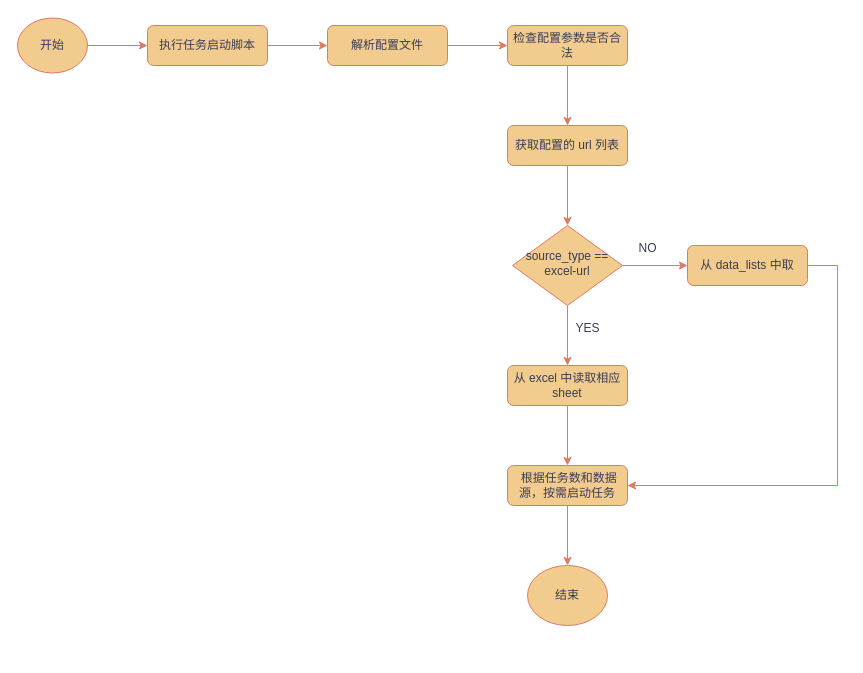
The draw.io diagram multi-task.drawio in silan-liu/drawio, before the edit. Source tidied: cells renumbered, new cells numbered last; positions are measured from the earlier drawing's top-left corner, leaving out a move shared by most shapes. Both pictures are drawn from the tidied source at 100%, with x=0, y=0 at pixel (17, 17).
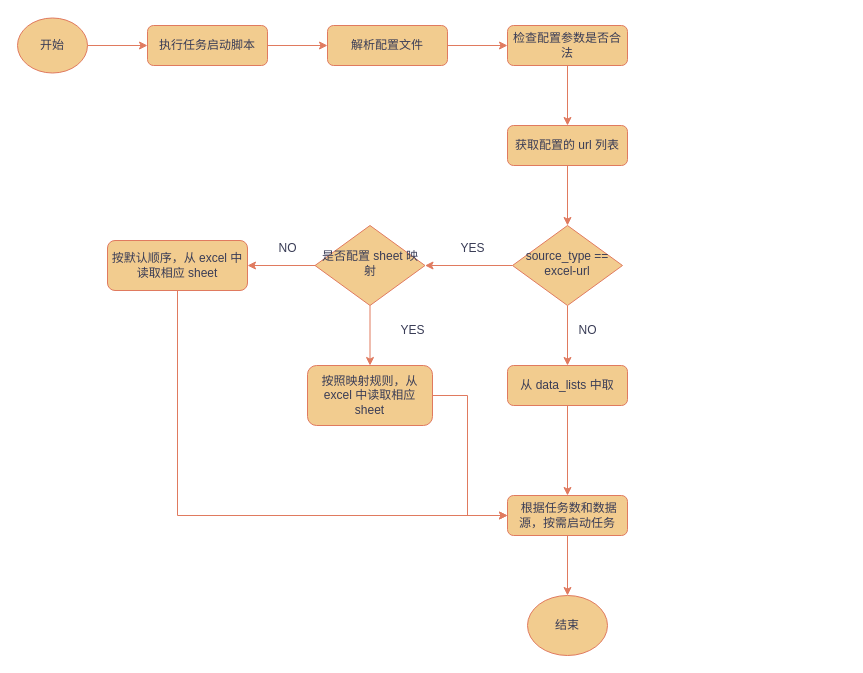
The same diagram, later.

The change refers to these unchanged cells:
```xml
<mxCell id="3" value="执行任务启动脚本" style="rounded=1;whiteSpace=wrap;html=1;fontSize=12;glass=0;strokeWidth=1;shadow=0;labelBackgroundColor=none;fillColor=#F2CC8F;strokeColor=#E07A5F;fontColor=#393C56;" parent="1" vertex="1">
  <mxGeometry x="130" y="8" width="120" height="40" as="geometry" />
</mxCell>
<mxCell id="5" value="解析配置文件" style="rounded=1;whiteSpace=wrap;html=1;fontSize=12;glass=0;strokeWidth=1;shadow=0;labelBackgroundColor=none;fillColor=#F2CC8F;strokeColor=#E07A5F;fontColor=#393C56;" parent="1" vertex="1">
  <mxGeometry x="310" y="8" width="120" height="40" as="geometry" />
</mxCell>
<mxCell id="7" value="检查配置参数是否合法" style="rounded=1;whiteSpace=wrap;html=1;fontSize=12;glass=0;strokeWidth=1;shadow=0;labelBackgroundColor=none;fillColor=#F2CC8F;strokeColor=#E07A5F;fontColor=#393C56;" parent="1" vertex="1">
  <mxGeometry x="490" y="8" width="120" height="40" as="geometry" />
</mxCell>
<mxCell id="9" value="获取配置的 url 列表" style="rounded=1;whiteSpace=wrap;html=1;fontSize=12;glass=0;strokeWidth=1;shadow=0;labelBackgroundColor=none;fillColor=#F2CC8F;strokeColor=#E07A5F;fontColor=#393C56;" parent="1" vertex="1">
  <mxGeometry x="490" y="108" width="120" height="40" as="geometry" />
</mxCell>
<mxCell id="12" value="source_type == excel-url" style="rhombus;whiteSpace=wrap;html=1;shadow=0;fontFamily=Helvetica;fontSize=12;align=center;strokeWidth=1;spacing=6;spacingTop=-4;labelBackgroundColor=none;fillColor=#F2CC8F;strokeColor=#E07A5F;fontColor=#393C56;" parent="1" vertex="1">
  <mxGeometry x="495" y="208" width="110" height="80" as="geometry" />
</mxCell>
```

Diff of the diagram source:
```diff
@@
-    <mxCell id="2" style="edgeStyle=orthogonalEdgeStyle;rounded=0;jettySize=auto;html=1;strokeColor=#E07A5F;fontColor=#393C56;fillColor=#F2CC8F;" parent="1" edge="1" source="3" target="5">
+    <mxCell id="2" style="edgeStyle=orthogonalEdgeStyle;rounded=0;jettySize=auto;html=1;strokeColor=#E07A5F;fontColor=default;fillColor=#F2CC8F;labelBackgroundColor=none;" parent="1" edge="1" source="3" target="5">
       <mxGeometry relative="1" as="geometry" />
     </mxCell>
@@
-    <mxCell id="4" style="edgeStyle=orthogonalEdgeStyle;rounded=0;jettySize=auto;html=1;strokeColor=#E07A5F;fontColor=#393C56;fillColor=#F2CC8F;" parent="1" edge="1" source="5" target="7">
+    <mxCell id="4" style="edgeStyle=orthogonalEdgeStyle;rounded=0;jettySize=auto;html=1;strokeColor=#E07A5F;fontColor=default;fillColor=#F2CC8F;labelBackgroundColor=none;" parent="1" edge="1" source="5" target="7">
       <mxGeometry relative="1" as="geometry" />
     </mxCell>
@@
-    <mxCell id="6" style="edgeStyle=orthogonalEdgeStyle;rounded=0;jettySize=auto;html=1;strokeColor=#E07A5F;fontColor=#393C56;fillColor=#F2CC8F;" parent="1" edge="1" source="7" target="9">
+    <mxCell id="6" style="edgeStyle=orthogonalEdgeStyle;rounded=0;jettySize=auto;html=1;strokeColor=#E07A5F;fontColor=default;fillColor=#F2CC8F;labelBackgroundColor=none;" parent="1" edge="1" source="7" target="9">
       <mxGeometry relative="1" as="geometry" />
     </mxCell>
@@
-    <mxCell id="8" style="edgeStyle=orthogonalEdgeStyle;rounded=0;jettySize=auto;html=1;strokeColor=#E07A5F;fontColor=#393C56;fillColor=#F2CC8F;" parent="1" edge="1" source="9" target="12">
+    <mxCell id="8" style="edgeStyle=orthogonalEdgeStyle;rounded=0;jettySize=auto;html=1;strokeColor=#E07A5F;fontColor=default;fillColor=#F2CC8F;labelBackgroundColor=none;" parent="1" edge="1" source="9" target="12">
       <mxGeometry relative="1" as="geometry" />
     </mxCell>
@@
-    <mxCell id="10" style="edgeStyle=orthogonalEdgeStyle;rounded=0;jettySize=auto;html=1;strokeColor=#E07A5F;fontColor=#393C56;fillColor=#F2CC8F;" parent="1" edge="1" source="12" target="14">
-      <mxGeometry relative="1" as="geometry" />
-    </mxCell>
+    <mxCell id="24" style="edgeStyle=orthogonalEdgeStyle;rounded=0;jettySize=auto;html=1;strokeColor=#E07A5F;fontColor=#393C56;fillColor=#F2CC8F;" parent="1" edge="1" source="12" target="27">
+      <mxGeometry relative="1" as="geometry" />
+    </mxCell>
@@
-    <mxCell id="13" style="edgeStyle=orthogonalEdgeStyle;rounded=0;jettySize=auto;html=1;strokeColor=#E07A5F;fontColor=#393C56;fillColor=#F2CC8F;" parent="1" edge="1" source="14" target="20">
-      <mxGeometry relative="1" as="geometry" />
-    </mxCell>
-    <mxCell id="14" value="从 excel 中读取相应 sheet" style="rounded=1;whiteSpace=wrap;html=1;fontSize=12;glass=0;strokeWidth=1;shadow=0;labelBackgroundColor=none;fillColor=#F2CC8F;strokeColor=#E07A5F;fontColor=#393C56;" parent="1" vertex="1">
-      <mxGeometry x="490" y="348" width="120" height="40" as="geometry" />
-    </mxCell>
-    <mxCell id="15" value="YES" style="text;html=1;align=center;verticalAlign=middle;strokeColor=none;fillColor=none;fontColor=#393C56;" parent="1" vertex="1">
-      <mxGeometry x="545" y="296" width="50" height="30" as="geometry" />
-    </mxCell>
-    <mxCell id="16" style="edgeStyle=orthogonalEdgeStyle;rounded=0;jettySize=auto;html=1;entryX=1;entryY=0.5;entryDx=0;entryDy=0;strokeColor=#E07A5F;fontColor=#393C56;fillColor=#F2CC8F;" parent="1" edge="1" source="17" target="20">
-      <mxGeometry relative="1" as="geometry">
-        <Array as="points">
-          <mxPoint x="820" y="248" />
-          <mxPoint x="820" y="468" />
-        </Array>
-      </mxGeometry>
+    <mxCell id="16" style="edgeStyle=orthogonalEdgeStyle;rounded=0;jettySize=auto;html=1;entryX=0.5;entryY=0;entryDx=0;entryDy=0;strokeColor=#E07A5F;fontColor=#393C56;fillColor=#F2CC8F;" parent="1" edge="1" source="17" target="20">
+      <mxGeometry relative="1" as="geometry" />
     </mxCell>
     <mxCell id="17" value="从 data_lists 中取" style="rounded=1;whiteSpace=wrap;html=1;fontSize=12;glass=0;strokeWidth=1;shadow=0;labelBackgroundColor=none;fillColor=#F2CC8F;strokeColor=#E07A5F;fontColor=#393C56;" parent="1" vertex="1">
-      <mxGeometry x="670" y="228" width="120" height="40" as="geometry" />
+      <mxGeometry x="490" y="348" width="120" height="40" as="geometry" />
     </mxCell>
-    <mxCell id="18" value="NO" style="text;html=1;align=center;verticalAlign=middle;strokeColor=none;fillColor=none;fontColor=#393C56;" parent="1" vertex="1">
-      <mxGeometry x="610" y="216" width="40" height="30" as="geometry" />
-    </mxCell>
-    <mxCell id="19" style="edgeStyle=orthogonalEdgeStyle;rounded=0;jettySize=auto;html=1;strokeColor=#E07A5F;fontColor=#393C56;fillColor=#F2CC8F;" parent="1" edge="1" source="20" target="21">
+    <mxCell id="19" style="edgeStyle=orthogonalEdgeStyle;rounded=0;jettySize=auto;html=1;strokeColor=#E07A5F;fontColor=default;fillColor=#F2CC8F;labelBackgroundColor=none;" parent="1" edge="1" source="20" target="21">
       <mxGeometry relative="1" as="geometry" />
     </mxCell>
     <mxCell id="20" value="&amp;nbsp;根据任务数和数据源，按需启动任务" style="rounded=1;whiteSpace=wrap;html=1;fontSize=12;glass=0;strokeWidth=1;shadow=0;labelBackgroundColor=none;fillColor=#F2CC8F;strokeColor=#E07A5F;fontColor=#393C56;" parent="1" vertex="1">
-      <mxGeometry x="490" y="448" width="120" height="40" as="geometry" />
+      <mxGeometry x="490" y="478" width="120" height="40" as="geometry" />
     </mxCell>
     <mxCell id="21" value="结束" style="ellipse;whiteSpace=wrap;html=1;fillColor=#F2CC8F;strokeColor=#E07A5F;fontColor=#393C56;rounded=1;glass=0;strokeWidth=1;shadow=0;labelBackgroundColor=none;" parent="1" vertex="1">
-      <mxGeometry x="510" y="548" width="80" height="60" as="geometry" />
+      <mxGeometry x="510" y="578" width="80" height="60" as="geometry" />
     </mxCell>
-    <mxCell id="22" style="edgeStyle=orthogonalEdgeStyle;rounded=0;jettySize=auto;html=1;strokeColor=#E07A5F;fontColor=#393C56;fillColor=#F2CC8F;" parent="1" edge="1" source="23" target="3">
+    <mxCell id="22" style="edgeStyle=orthogonalEdgeStyle;rounded=0;jettySize=auto;html=1;strokeColor=#E07A5F;fontColor=default;fillColor=#F2CC8F;labelBackgroundColor=none;" parent="1" edge="1" source="23" target="3">
       <mxGeometry relative="1" as="geometry" />
     </mxCell>
-    <mxCell id="23" value="开始" style="ellipse;whiteSpace=wrap;html=1;strokeColor=#E07A5F;fontColor=#393C56;fillColor=#F2CC8F;" parent="1" vertex="1">
+    <mxCell id="23" value="开始" style="ellipse;whiteSpace=wrap;html=1;strokeColor=#E07A5F;fontColor=#393C56;fillColor=#F2CC8F;labelBackgroundColor=none;" parent="1" vertex="1">
       <mxGeometry y="0.5" width="70" height="55" as="geometry" />
     </mxCell>
+    <mxCell id="25" style="edgeStyle=orthogonalEdgeStyle;rounded=0;jettySize=auto;html=1;strokeColor=#E07A5F;fontColor=#393C56;fillColor=#F2CC8F;" parent="1" edge="1" source="27" target="29">
+      <mxGeometry relative="1" as="geometry" />
+    </mxCell>
+    <mxCell id="26" style="edgeStyle=orthogonalEdgeStyle;rounded=0;jettySize=auto;html=1;strokeColor=#E07A5F;fontColor=#393C56;fillColor=#F2CC8F;" parent="1" edge="1" source="27" target="32">
+      <mxGeometry relative="1" as="geometry" />
+    </mxCell>
+    <mxCell id="27" value="是否配置 sheet 映射" style="rhombus;whiteSpace=wrap;html=1;shadow=0;fontFamily=Helvetica;fontSize=12;align=center;strokeWidth=1;spacing=6;spacingTop=-4;labelBackgroundColor=none;fillColor=#F2CC8F;strokeColor=#E07A5F;fontColor=#393C56;" parent="1" vertex="1">
+      <mxGeometry x="297.5" y="208" width="110" height="80" as="geometry" />
+    </mxCell>
+    <mxCell id="28" style="edgeStyle=orthogonalEdgeStyle;rounded=0;jettySize=auto;html=1;entryX=0;entryY=0.5;entryDx=0;entryDy=0;strokeColor=#E07A5F;fontColor=#393C56;fillColor=#F2CC8F;" parent="1" edge="1" source="29" target="20">
+      <mxGeometry relative="1" as="geometry">
+        <Array as="points">
+          <mxPoint x="450" y="378" />
+          <mxPoint x="450" y="498" />
+        </Array>
+      </mxGeometry>
+    </mxCell>
+    <mxCell id="29" value="按照映射规则，从 excel 中读取相应 sheet" style="rounded=1;whiteSpace=wrap;html=1;fontSize=12;glass=0;strokeWidth=1;shadow=0;labelBackgroundColor=none;fillColor=#F2CC8F;strokeColor=#E07A5F;fontColor=#393C56;" parent="1" vertex="1">
+      <mxGeometry x="290" y="348" width="125" height="60" as="geometry" />
+    </mxCell>
+    <mxCell id="30" value="YES" style="text;html=1;align=center;verticalAlign=middle;strokeColor=none;fillColor=none;fontColor=#393C56;" parent="1" vertex="1">
+      <mxGeometry x="370" y="298" width="50" height="30" as="geometry" />
+    </mxCell>
+    <mxCell id="31" style="edgeStyle=orthogonalEdgeStyle;rounded=0;jettySize=auto;html=1;strokeColor=#E07A5F;fontColor=#393C56;fillColor=#F2CC8F;entryX=0;entryY=0.5;entryDx=0;entryDy=0;" parent="1" edge="1" source="32" target="20">
+      <mxGeometry relative="1" as="geometry">
+        <Array as="points">
+          <mxPoint x="160" y="498" />
+        </Array>
+      </mxGeometry>
+    </mxCell>
+    <mxCell id="32" value="按默认顺序，从 excel 中读取相应 sheet" style="rounded=1;whiteSpace=wrap;html=1;fontSize=12;glass=0;strokeWidth=1;shadow=0;labelBackgroundColor=none;fillColor=#F2CC8F;strokeColor=#E07A5F;fontColor=#393C56;" parent="1" vertex="1">
+      <mxGeometry x="90" y="223" width="140" height="50" as="geometry" />
+    </mxCell>
+    <mxCell id="33" value="NO" style="text;html=1;align=center;verticalAlign=middle;strokeColor=none;fillColor=none;fontColor=#393C56;" parent="1" vertex="1">
+      <mxGeometry x="250" y="216" width="40" height="30" as="geometry" />
+    </mxCell>
+    <mxCell id="34" value="YES" style="text;html=1;align=center;verticalAlign=middle;strokeColor=none;fillColor=none;fontColor=#393C56;" parent="1" vertex="1">
+      <mxGeometry x="430" y="216" width="50" height="30" as="geometry" />
+    </mxCell>
+    <mxCell id="35" value="NO" style="text;html=1;align=center;verticalAlign=middle;strokeColor=none;fillColor=none;fontColor=#393C56;" parent="1" vertex="1">
+      <mxGeometry x="550" y="298" width="40" height="30" as="geometry" />
+    </mxCell>
```
